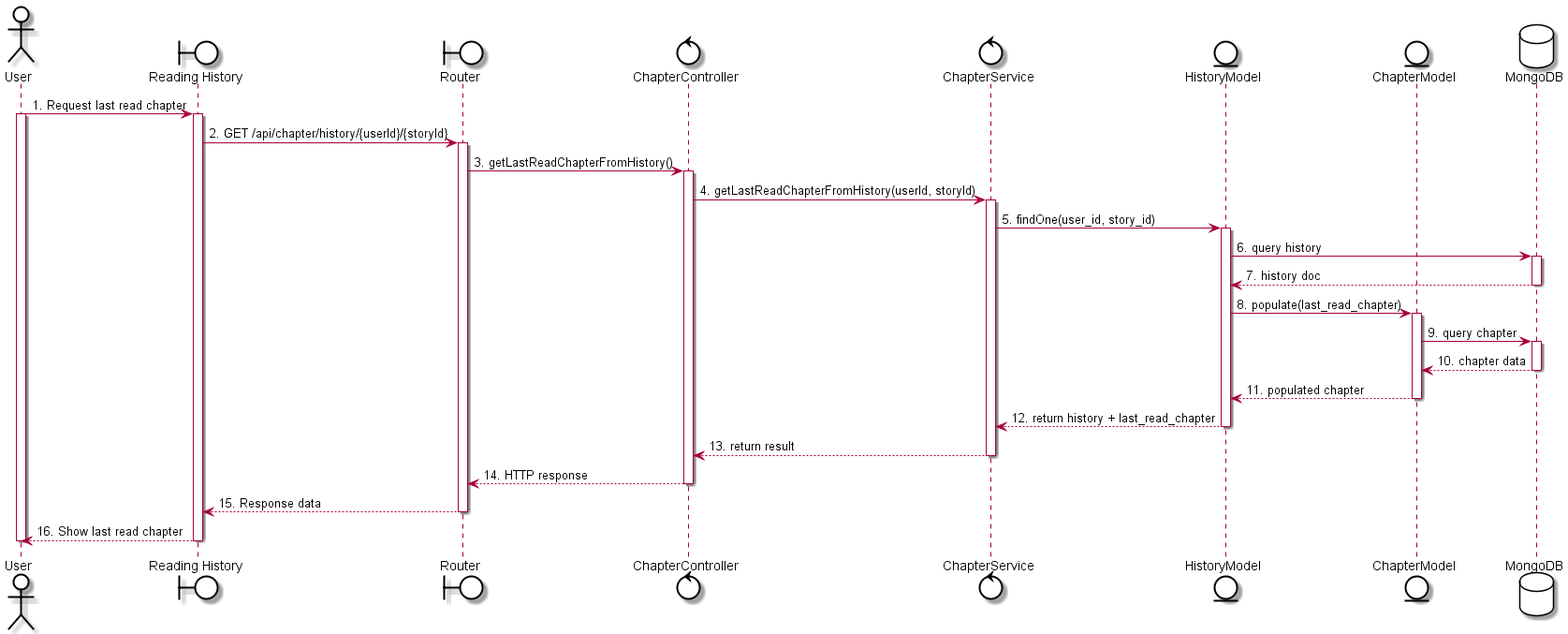
The PlantUML diagram out/uc28 - Continue Reading/uc28 - Continue Reading.png in LGK1412/sequence_sep490_01, before a commit. Its diagram source:
```plantuml
@startuml
skinparam {
  ActorBackgroundColor #FFFFFF
  BoundaryBackgroundColor #FFFFFF
  ControlBackgroundColor #FFFFFF
  EntityBackgroundColor #FFFFFF
  DatabaseBackgroundColor #FFFFFF
  ActorBorderColor black
  BoundaryBorderColor black
  ControlBorderColor black
  EntityBorderColor black
  DatabaseBorderColor black
}

actor User
boundary "Reading History" as UI
boundary Router
control ChapterController
control ChapterService
entity HistoryModel
entity ChapterModel
database MongoDB

User -> UI: 1. Request last read chapter
activate User
activate UI

UI -> Router: 2. GET /api/chapter/history/{userId}/{storyId}
activate Router

Router -> ChapterController: 3. getLastReadChapterFromHistory()
activate ChapterController

ChapterController -> ChapterService: 4. getLastReadChapterFromHistory(userId, storyId)
activate ChapterService

ChapterService -> HistoryModel: 5. findOne(user_id, story_id)
activate HistoryModel
HistoryModel -> MongoDB: 6. query history
activate MongoDB
MongoDB --> HistoryModel: 7. history doc
deactivate MongoDB

HistoryModel -> ChapterModel: 8. populate(last_read_chapter)
activate ChapterModel
ChapterModel -> MongoDB: 9. query chapter
activate MongoDB
MongoDB --> ChapterModel: 10. chapter data
deactivate MongoDB
ChapterModel --> HistoryModel: 11. populated chapter
deactivate ChapterModel

HistoryModel --> ChapterService: 12. return history + last_read_chapter
deactivate HistoryModel

ChapterService --> ChapterController: 13. return result
deactivate ChapterService

ChapterController --> Router: 14. HTTP response
deactivate ChapterController

Router --> UI: 15. Response data
deactivate Router
UI --> User: 16. Show last read chapter
deactivate UI
deactivate User
@enduml
```
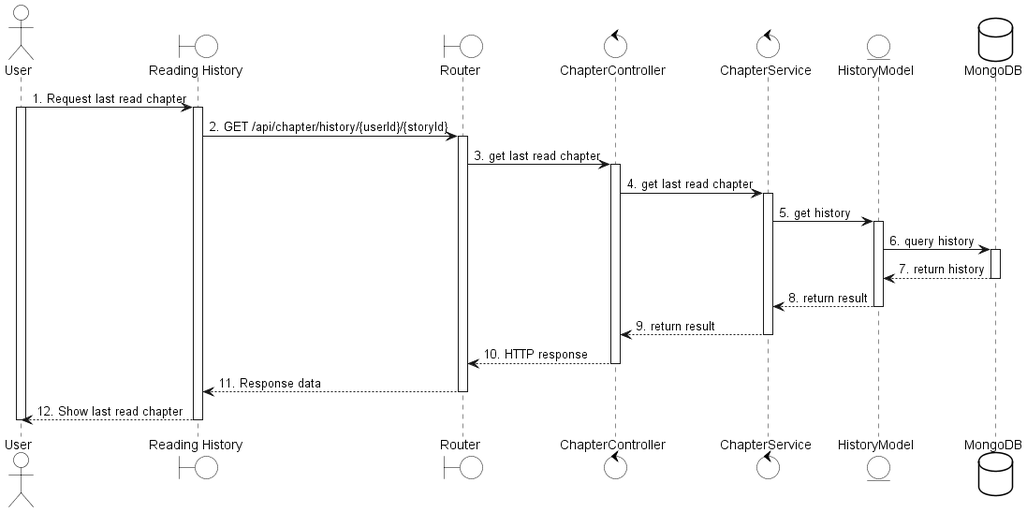
After the commit.

What changed in the source:
```diff
@@ -18,7 +18,6 @@
 control ChapterController
 control ChapterService
 entity HistoryModel
-entity ChapterModel
 database MongoDB
 
 User -> UI: 1. Request last read chapter
@@ -28,40 +27,31 @@
 UI -> Router: 2. GET /api/chapter/history/{userId}/{storyId}
 activate Router
 
-Router -> ChapterController: 3. getLastReadChapterFromHistory()
+Router -> ChapterController: 3. get last read chapter
 activate ChapterController
 
-ChapterController -> ChapterService: 4. getLastReadChapterFromHistory(userId, storyId)
+ChapterController -> ChapterService: 4. get last read chapter
 activate ChapterService
 
-ChapterService -> HistoryModel: 5. findOne(user_id, story_id)
+ChapterService -> HistoryModel: 5. get history
 activate HistoryModel
 HistoryModel -> MongoDB: 6. query history
 activate MongoDB
-MongoDB --> HistoryModel: 7. history doc
+MongoDB --> HistoryModel: 7. return history
 deactivate MongoDB
 
-HistoryModel -> ChapterModel: 8. populate(last_read_chapter)
-activate ChapterModel
-ChapterModel -> MongoDB: 9. query chapter
-activate MongoDB
-MongoDB --> ChapterModel: 10. chapter data
-deactivate MongoDB
-ChapterModel --> HistoryModel: 11. populated chapter
-deactivate ChapterModel
-
-HistoryModel --> ChapterService: 12. return history + last_read_chapter
+HistoryModel --> ChapterService: 8. return result
 deactivate HistoryModel
 
-ChapterService --> ChapterController: 13. return result
+ChapterService --> ChapterController: 9. return result
 deactivate ChapterService
 
-ChapterController --> Router: 14. HTTP response
+ChapterController --> Router: 10. HTTP response
 deactivate ChapterController
 
-Router --> UI: 15. Response data
+Router --> UI: 11. Response data
 deactivate Router
-UI --> User: 16. Show last read chapter
+UI --> User: 12. Show last read chapter
 deactivate UI
 deactivate User
 @enduml
```
